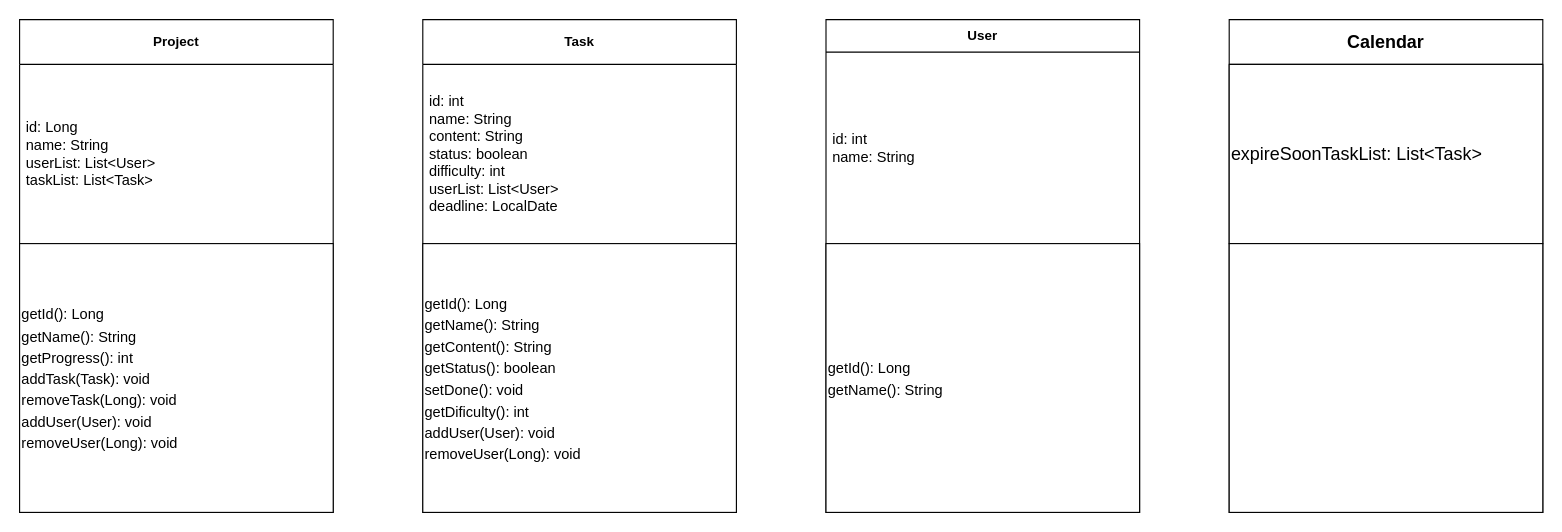
Above: uml.drawio in SibGuys/ood (draw.io), before the change. Source tidied: cells renumbered, new cells numbered last; positions are measured from the earlier drawing's top-left corner, leaving out a move shared by most shapes. Both pictures are drawn from the tidied source at 112%, with x=0, y=0 at pixel (19, 19).
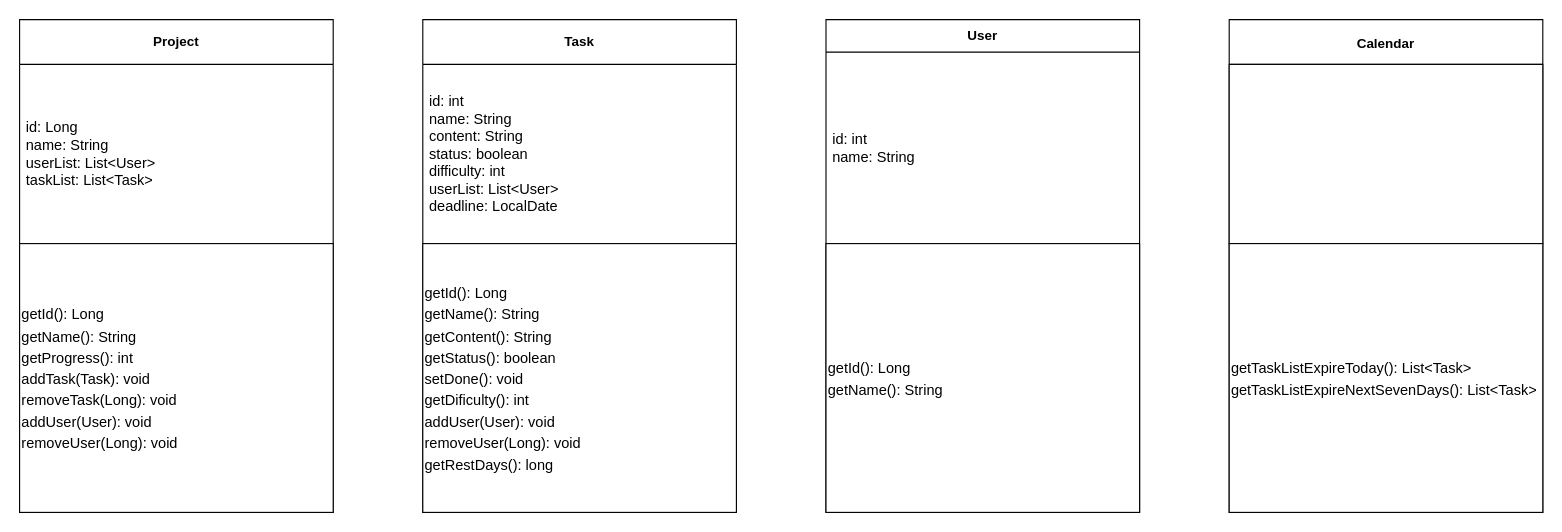
The same page after the edit.

Change to the diagram source:
```diff
@@
 <mxGraphModel>
   <root>
     <mxCell id="0" />
     <mxCell id="1" parent="0" />
     <mxCell id="2" value="Task" style="swimlane;fontStyle=1;align=center;verticalAlign=middle;horizontal=1;startSize=40;html=1;whiteSpace=wrap;" parent="1" vertex="1">
       <mxGeometry x="360" width="280" height="440" as="geometry" />
     </mxCell>
     <mxCell id="3" value="&lt;font style=&quot;font-size: 13px;&quot;&gt;id: int&lt;br&gt;name: String&lt;br&gt;content: String&lt;br&gt;status: boolean&lt;br&gt;difficulty: int&lt;br&gt;userList: List&amp;lt;User&amp;gt;&lt;br&gt;deadline: LocalDate&lt;/font&gt;" style="text;html=1;strokeColor=none;fillColor=none;align=left;verticalAlign=middle;spacingLeft=4;spacingRight=4;overflow=hidden;whiteSpace=wrap;" parent="2" vertex="1">
       <mxGeometry y="40" width="280" height="160" as="geometry" />
     </mxCell>
-    <mxCell id="4" value="&lt;font style=&quot;font-size: 13px;&quot;&gt;getId(): Long&lt;br&gt;getName(): String&lt;br&gt;getContent(): String&lt;br&gt;getStatus(): boolean&lt;br&gt;setDone(): void&lt;br&gt;getDificulty(): int&lt;br&gt;addUser(User): void&lt;br&gt;removeUser(Long): void&lt;br&gt;&lt;/font&gt;" style="rounded=0;whiteSpace=wrap;html=1;fontSize=16;align=left;" parent="2" vertex="1">
+    <mxCell id="4" value="&lt;font style=&quot;font-size: 13px;&quot;&gt;getId(): Long&lt;br&gt;getName(): String&lt;br&gt;getContent(): String&lt;br&gt;getStatus(): boolean&lt;br&gt;setDone(): void&lt;br&gt;getDificulty(): int&lt;br&gt;addUser(User): void&lt;br&gt;removeUser(Long): void&lt;br&gt;getRestDays(): long&lt;br&gt;&lt;/font&gt;" style="rounded=0;whiteSpace=wrap;html=1;fontSize=16;align=left;" parent="2" vertex="1">
       <mxGeometry y="200" width="280" height="240" as="geometry" />
     </mxCell>
     <mxCell id="5" value="Project" style="swimlane;fontStyle=1;align=center;verticalAlign=middle;horizontal=1;startSize=40;html=1;whiteSpace=wrap;" parent="1" vertex="1">
       <mxGeometry width="280" height="440" as="geometry" />
     </mxCell>
     <mxCell id="6" value="&lt;font style=&quot;font-size: 13px;&quot;&gt;id: Long&lt;br&gt;name: String&lt;br&gt;userList: List&amp;lt;User&amp;gt;&lt;br&gt;taskList: List&amp;lt;Task&amp;gt;&lt;/font&gt;" style="text;html=1;strokeColor=none;fillColor=none;align=left;verticalAlign=middle;spacingLeft=4;spacingRight=4;overflow=hidden;whiteSpace=wrap;" parent="5" vertex="1">
       <mxGeometry y="40" width="280" height="160" as="geometry" />
     </mxCell>
     <mxCell id="7" value="&lt;font style=&quot;font-size: 13px;&quot;&gt;getId(): Long&lt;br&gt;getName(): String&lt;br&gt;getProgress(): int&lt;br&gt;addTask(Task): void&lt;br&gt;removeTask(Long): void&lt;br&gt;addUser(User): void&lt;br&gt;removeUser(Long): void&lt;br&gt;&lt;/font&gt;" style="rounded=0;whiteSpace=wrap;html=1;fontSize=16;align=left;" parent="5" vertex="1">
       <mxGeometry y="200" width="280" height="240" as="geometry" />
     </mxCell>
     <mxCell id="8" value="User" style="swimlane;fontStyle=1;align=center;verticalAlign=middle;horizontal=1;startSize=29;html=1;whiteSpace=wrap;" parent="1" vertex="1">
       <mxGeometry x="720" width="280" height="440" as="geometry" />
     </mxCell>
     <mxCell id="9" value="&lt;font style=&quot;font-size: 13px;&quot;&gt;id: int&lt;br style=&quot;border-color: var(--border-color);&quot;&gt;name: String&lt;br&gt;&lt;/font&gt;" style="text;html=1;strokeColor=none;fillColor=none;align=left;verticalAlign=middle;spacingLeft=4;spacingRight=4;overflow=hidden;whiteSpace=wrap;" parent="8" vertex="1">
       <mxGeometry y="29" width="280" height="171" as="geometry" />
     </mxCell>
     <mxCell id="10" value="&lt;font style=&quot;font-size: 13px;&quot;&gt;getId(): Long&lt;br&gt;getName(): String&lt;br&gt;&lt;/font&gt;" style="rounded=0;whiteSpace=wrap;html=1;fontSize=16;align=left;" parent="8" vertex="1">
       <mxGeometry y="200" width="280" height="240" as="geometry" />
     </mxCell>
-    <mxCell id="11" value="Calendar" style="swimlane;fontStyle=1;align=center;verticalAlign=middle;horizontal=1;startSize=40;html=1;whiteSpace=wrap;fontSize=16;" parent="1" vertex="1">
+    <mxCell id="11" value="&lt;font style=&quot;font-size: 12px;&quot;&gt;Calendar&lt;/font&gt;" style="swimlane;fontStyle=1;align=center;verticalAlign=middle;horizontal=1;startSize=40;html=1;whiteSpace=wrap;fontSize=16;" parent="1" vertex="1">
       <mxGeometry x="1080" width="280" height="440" as="geometry" />
     </mxCell>
-    <mxCell id="12" value="expireSoonTaskList: List&amp;lt;Task&amp;gt;" style="rounded=0;whiteSpace=wrap;html=1;fontSize=16;align=left;" parent="11" vertex="1">
+    <mxCell id="12" style="rounded=0;whiteSpace=wrap;html=1;fontSize=16;align=left;" parent="11" vertex="1">
       <mxGeometry y="40" width="280" height="160" as="geometry" />
     </mxCell>
-    <mxCell id="13" style="rounded=0;whiteSpace=wrap;html=1;fontSize=16;" parent="11" vertex="1">
+    <mxCell id="13" value="&lt;font style=&quot;font-size: 13px;&quot;&gt;getTaskListExpireToday(): List&amp;lt;Task&amp;gt;&lt;br style=&quot;border-color: var(--border-color);&quot;&gt;&lt;span style=&quot;&quot;&gt;getTaskListExpireNextSevenDays(): List&amp;lt;Task&amp;gt;&lt;/span&gt;&lt;/font&gt;" style="rounded=0;whiteSpace=wrap;html=1;fontSize=16;align=left;" parent="11" vertex="1">
       <mxGeometry y="200" width="280" height="240" as="geometry" />
     </mxCell>
   </root>
 </mxGraphModel>
```
